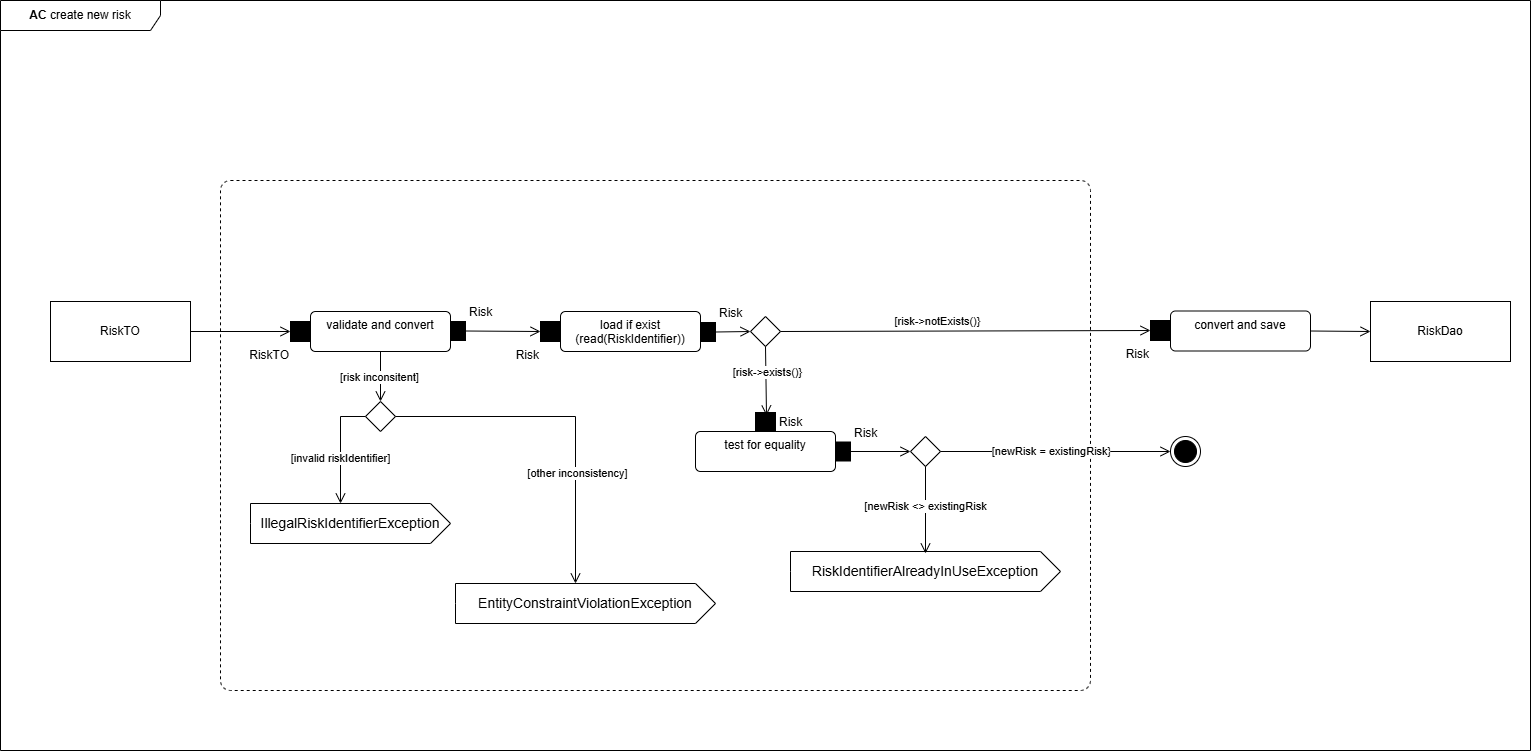
Above: documentation/arc-documentation/images/06_runtime_view/create-new-risk-activity.drawio.png in stueberm1/riskmanager (draw.io), before the change. Source tidied: cells renumbered, new cells last; positions are measured from the earlier drawing's top-left corner, leaving out a move shared by most shapes.
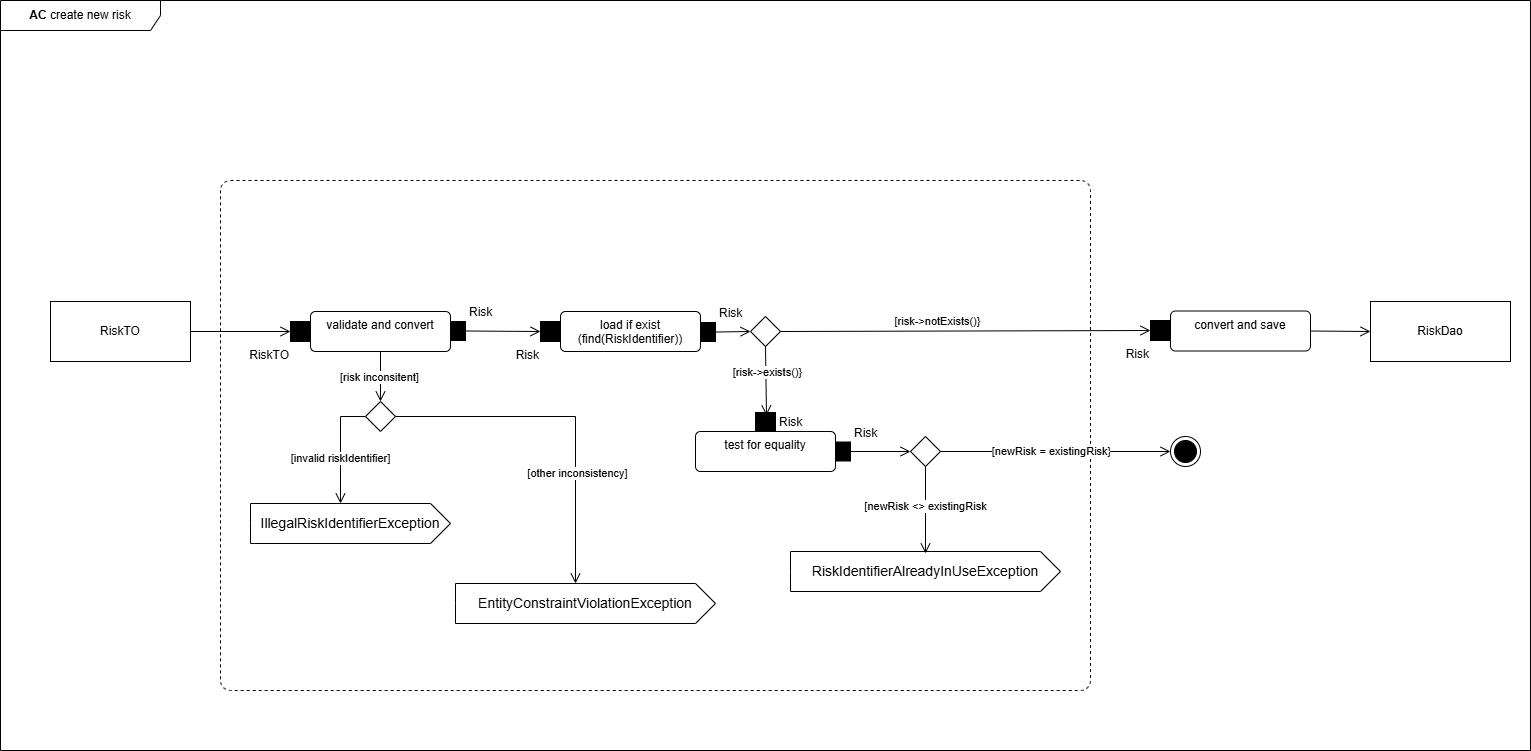
After the change.

What changed in the source:
```diff
@@ -38,7 +38,7 @@
     <mxCell id="13" style="endArrow=open;startArrow=none;endFill=0;startFill=0;endSize=8;html=1;verticalAlign=bottom;labelBackgroundColor=none;strokeWidth=1;rounded=0;exitX=1;exitY=0.5;exitDx=0;exitDy=0;entryX=0;entryY=0.5;entryDx=0;entryDy=0;" parent="2" edge="1" source="11" target="12">
       <mxGeometry relative="1" as="geometry" />
     </mxCell>
-    <mxCell id="14" value="load if exist&lt;br&gt;(read(RiskIdentifier))" style="html=1;align=center;verticalAlign=top;rounded=1;absoluteArcSize=1;arcSize=10;dashed=0;whiteSpace=wrap;" parent="2" vertex="1">
+    <mxCell id="14" value="load if exist&lt;br&gt;(find(RiskIdentifier))" style="html=1;align=center;verticalAlign=top;rounded=1;absoluteArcSize=1;arcSize=10;dashed=0;whiteSpace=wrap;" parent="2" vertex="1">
       <mxGeometry x="560" y="311" width="140" height="40" as="geometry" />
     </mxCell>
     <mxCell id="15" style="rhombus;" parent="2" vertex="1">
```
